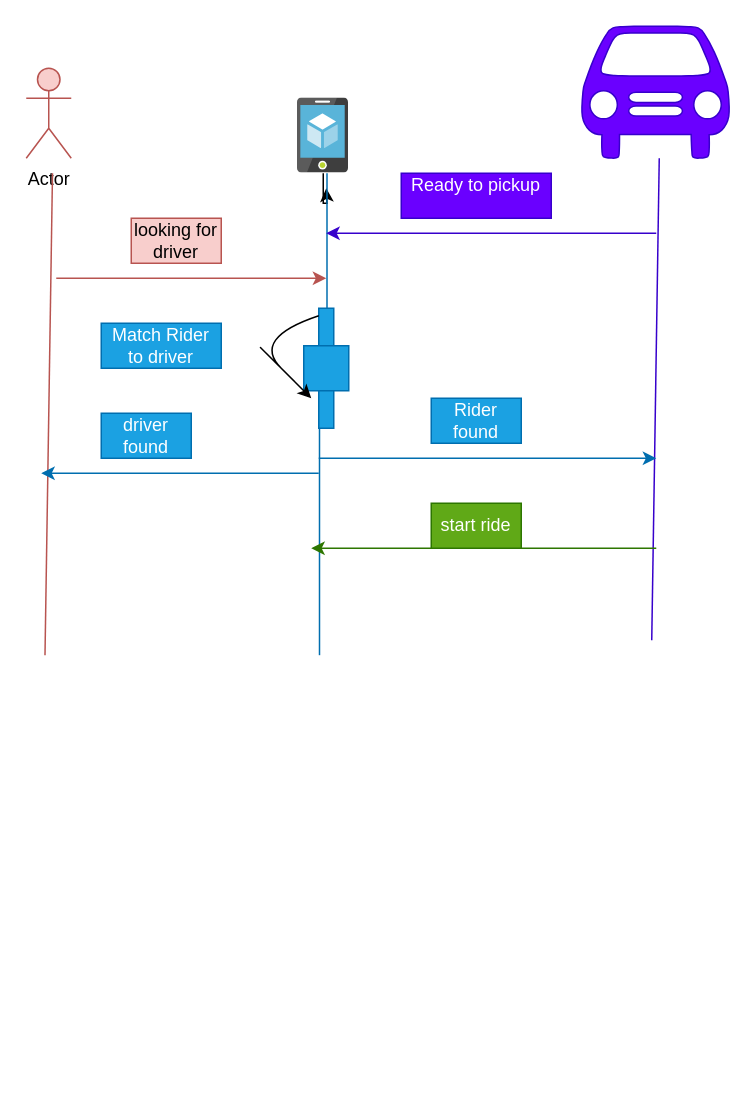
The draw.io diagram hitch.drawio in minaksheej/diagrams, before the edit. Source tidied: cells renumbered, new cells numbered last; positions are measured from the earlier drawing's top-left corner, leaving out a move shared by most shapes. Both pictures are drawn from the tidied source at 150%, with x=0, y=0 at pixel (26, 26).
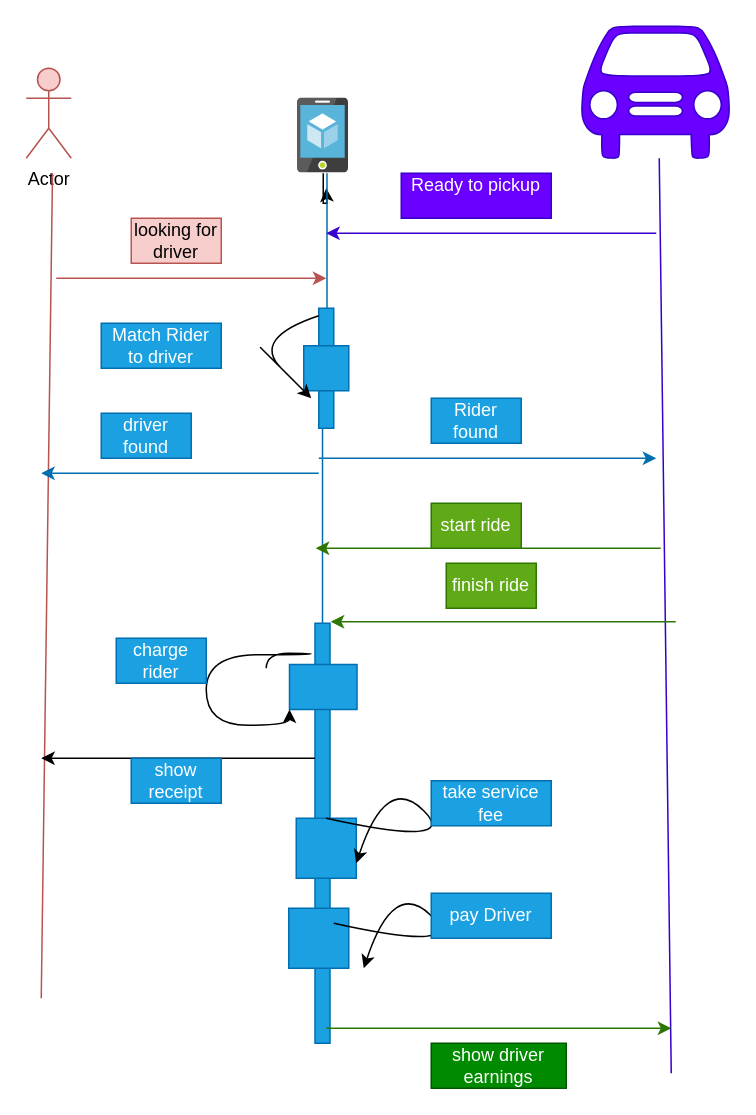
After the change.

Unchanged cells that the change refers to:
```xml
<mxCell id="14" style="html=1;points=[[0,0,0,0,5],[0,1,0,0,-5],[1,0,0,0,5],[1,1,0,0,-5]];perimeter=orthogonalPerimeter;outlineConnect=0;targetShapes=umlLifeline;portConstraint=eastwest;newEdgeStyle={&quot;curved&quot;:0,&quot;rounded&quot;:0};fillColor=#1ba1e2;fontColor=#ffffff;strokeColor=#006EAF;" parent="1" vertex="1">
  <mxGeometry x="195" y="188" width="10" height="80" as="geometry" />
</mxCell>
```

What changed in the source:
```diff
@@
     <mxCell id="6" style="endArrow=none;html=1;rounded=0;fillColor=#f8cecc;strokeColor=#b85450;" parent="1" edge="1">
       <mxGeometry relative="1" as="geometry">
-        <mxPoint x="12.5" y="419.3" as="sourcePoint" />
+        <mxPoint x="10" y="648" as="sourcePoint" />
         <mxPoint x="17.5" y="98" as="targetPoint" />
       </mxGeometry>
     </mxCell>
@@
     <mxCell id="8" style="endArrow=none;html=1;rounded=0;fillColor=#6a00ff;strokeColor=#3700CC;" parent="1" edge="1">
       <mxGeometry relative="1" as="geometry">
-        <mxPoint x="417" y="409.3" as="sourcePoint" />
+        <mxPoint x="430" y="698" as="sourcePoint" />
         <mxPoint x="422" y="88" as="targetPoint" />
       </mxGeometry>
     </mxCell>
@@
-    <mxCell id="13" style="endArrow=none;html=1;rounded=1;fillColor=#1ba1e2;strokeColor=#006EAF;curved=0;" parent="1" edge="1" target="14">
-      <mxGeometry relative="1" as="geometry">
-        <mxPoint x="195.5" y="419.3" as="sourcePoint" />
-      </mxGeometry>
+    <mxCell id="13" style="endArrow=none;html=1;rounded=1;fillColor=#1ba1e2;strokeColor=#006EAF;curved=0;" parent="1" edge="1" source="25" target="14">
+      <mxGeometry relative="1" as="geometry" />
     </mxCell>
@@
     <mxCell id="22" style="endArrow=classic;html=1;rounded=0;fillColor=#60a917;strokeColor=#2D7600;" parent="1" edge="1">
       <mxGeometry relative="1" as="geometry">
-        <mxPoint x="420" y="348" as="sourcePoint" />
-        <mxPoint x="190" y="348" as="targetPoint" />
+        <mxPoint x="423" y="348" as="sourcePoint" />
+        <mxPoint x="193" y="348" as="targetPoint" />
       </mxGeometry>
     </mxCell>
@@
+    <mxCell id="24" style="endArrow=none;html=1;rounded=1;fillColor=#1ba1e2;strokeColor=#006EAF;curved=0;" parent="1" edge="1" target="25">
+      <mxGeometry relative="1" as="geometry">
+        <mxPoint x="190" y="568" as="sourcePoint" />
+      </mxGeometry>
+    </mxCell>
+    <mxCell id="25" style="html=1;points=[[0,0,0,0,5],[0,1,0,0,-5],[1,0,0,0,5],[1,1,0,0,-5]];perimeter=orthogonalPerimeter;outlineConnect=0;targetShapes=umlLifeline;portConstraint=eastwest;newEdgeStyle={&quot;curved&quot;:0,&quot;rounded&quot;:0};fillColor=#1ba1e2;fontColor=#ffffff;strokeColor=#006EAF;" parent="1" vertex="1">
+      <mxGeometry x="192.5" y="398" width="10" height="280" as="geometry" />
+    </mxCell>
+    <mxCell id="26" value="finish ride" style="text;html=1;align=center;verticalAlign=middle;whiteSpace=wrap;rounded=0;fillColor=#60a917;fontColor=#ffffff;strokeColor=#2D7600;" parent="1" vertex="1">
+      <mxGeometry x="280" y="358" width="60" height="30" as="geometry" />
+    </mxCell>
+    <mxCell id="27" style="endArrow=classic;html=1;rounded=0;fillColor=#60a917;strokeColor=#2D7600;" parent="1" edge="1">
+      <mxGeometry relative="1" as="geometry">
+        <mxPoint x="433" y="397" as="sourcePoint" />
+        <mxPoint x="203" y="397" as="targetPoint" />
+      </mxGeometry>
+    </mxCell>
+    <mxCell id="28" style="rounded=0;whiteSpace=wrap;html=1;rotation=90;fillColor=#1ba1e2;fontColor=#ffffff;strokeColor=#006EAF;" parent="1" vertex="1">
+      <mxGeometry x="183" y="418" width="30" height="45" as="geometry" />
+    </mxCell>
+    <mxCell id="29" style="endArrow=classic;html=1;rounded=0;entryX=1;entryY=1;entryDx=0;entryDy=0;edgeStyle=orthogonalEdgeStyle;curved=1;" parent="1" edge="1" target="28">
+      <mxGeometry relative="1" as="geometry">
+        <mxPoint x="160" y="428" as="sourcePoint" />
+        <Array as="points">
+          <mxPoint x="190" y="418" />
+          <mxPoint x="190" y="419" />
+          <mxPoint x="120" y="419" />
+          <mxPoint x="120" y="466" />
+          <mxPoint x="176" y="466" />
+        </Array>
+      </mxGeometry>
+    </mxCell>
+    <mxCell id="30" value="charge rider" style="text;html=1;align=center;verticalAlign=middle;whiteSpace=wrap;rounded=0;fillColor=#1ba1e2;fontColor=#ffffff;strokeColor=#006EAF;" parent="1" vertex="1">
+      <mxGeometry x="60" y="408" width="60" height="30" as="geometry" />
+    </mxCell>
+    <mxCell id="31" style="endArrow=classic;html=1;rounded=0;" parent="1" edge="1" source="25">
+      <mxGeometry relative="1" as="geometry">
+        <mxPoint x="10" y="488" as="targetPoint" />
+      </mxGeometry>
+    </mxCell>
+    <mxCell id="32" value="show receipt" style="text;html=1;align=center;verticalAlign=middle;whiteSpace=wrap;rounded=0;fillColor=#1ba1e2;fontColor=#ffffff;strokeColor=#006EAF;" parent="1" vertex="1">
+      <mxGeometry x="70" y="488" width="60" height="30" as="geometry" />
+    </mxCell>
+    <mxCell id="33" style="rounded=0;whiteSpace=wrap;html=1;rotation=90;fillColor=#1ba1e2;fontColor=#ffffff;strokeColor=#006EAF;" parent="1" vertex="1">
+      <mxGeometry x="180" y="528" width="40" height="40" as="geometry" />
+    </mxCell>
+    <mxCell id="34" style="curved=1;endArrow=classic;html=1;rounded=0;entryX=0.75;entryY=0;entryDx=0;entryDy=0;exitX=0;exitY=0.5;exitDx=0;exitDy=0;" parent="1" edge="1" source="33" target="33">
+      <mxGeometry relative="1" as="geometry">
+        <Array as="points">
+          <mxPoint x="290" y="548" />
+          <mxPoint x="240" y="498" />
+        </Array>
+      </mxGeometry>
+    </mxCell>
+    <mxCell id="35" value="take service fee" style="text;html=1;align=center;verticalAlign=middle;whiteSpace=wrap;rounded=0;fillColor=#1ba1e2;fontColor=#ffffff;strokeColor=#006EAF;" parent="1" vertex="1">
+      <mxGeometry x="270" y="503" width="80" height="30" as="geometry" />
+    </mxCell>
+    <mxCell id="36" style="rounded=0;whiteSpace=wrap;html=1;rotation=90;fillColor=#1ba1e2;fontColor=#ffffff;strokeColor=#006EAF;" parent="1" vertex="1">
+      <mxGeometry x="175" y="588" width="40" height="40" as="geometry" />
+    </mxCell>
+    <mxCell id="37" style="curved=1;endArrow=classic;html=1;rounded=0;entryX=0.75;entryY=0;entryDx=0;entryDy=0;exitX=0;exitY=0.5;exitDx=0;exitDy=0;" parent="1" edge="1">
+      <mxGeometry relative="1" as="geometry">
+        <mxPoint x="205" y="598" as="sourcePoint" />
+        <mxPoint x="225" y="628" as="targetPoint" />
+        <Array as="points">
+          <mxPoint x="295" y="618" />
+          <mxPoint x="245" y="568" />
+        </Array>
+      </mxGeometry>
+    </mxCell>
+    <mxCell id="38" value="pay Driver" style="text;html=1;align=center;verticalAlign=middle;whiteSpace=wrap;rounded=0;fillColor=#1ba1e2;fontColor=#ffffff;strokeColor=#006EAF;" parent="1" vertex="1">
+      <mxGeometry x="270" y="578" width="80" height="30" as="geometry" />
+    </mxCell>
+    <mxCell id="39" style="endArrow=classic;html=1;rounded=0;fillColor=#60a917;strokeColor=#2D7600;" parent="1" edge="1">
+      <mxGeometry relative="1" as="geometry">
+        <mxPoint x="200" y="668" as="sourcePoint" />
+        <mxPoint x="430" y="668" as="targetPoint" />
+      </mxGeometry>
+    </mxCell>
+    <mxCell id="40" value="show driver earnings" style="text;html=1;align=center;verticalAlign=middle;whiteSpace=wrap;rounded=0;fillColor=#008a00;fontColor=#ffffff;strokeColor=#005700;" parent="1" vertex="1">
+      <mxGeometry x="270" y="678" width="90" height="30" as="geometry" />
+    </mxCell>
```
